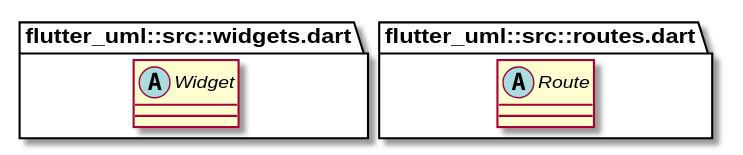
The PlantUML diagram flutter_uml.svg in Sunbreak/flutter_uml.trial, before a commit. Source of this version:
```plantuml
@startuml
set namespaceSeparator ::

abstract class "flutter_uml::src::widgets.dart::Widget" {
}

abstract class "flutter_uml::src::routes.dart::Route" {
}


@enduml
```
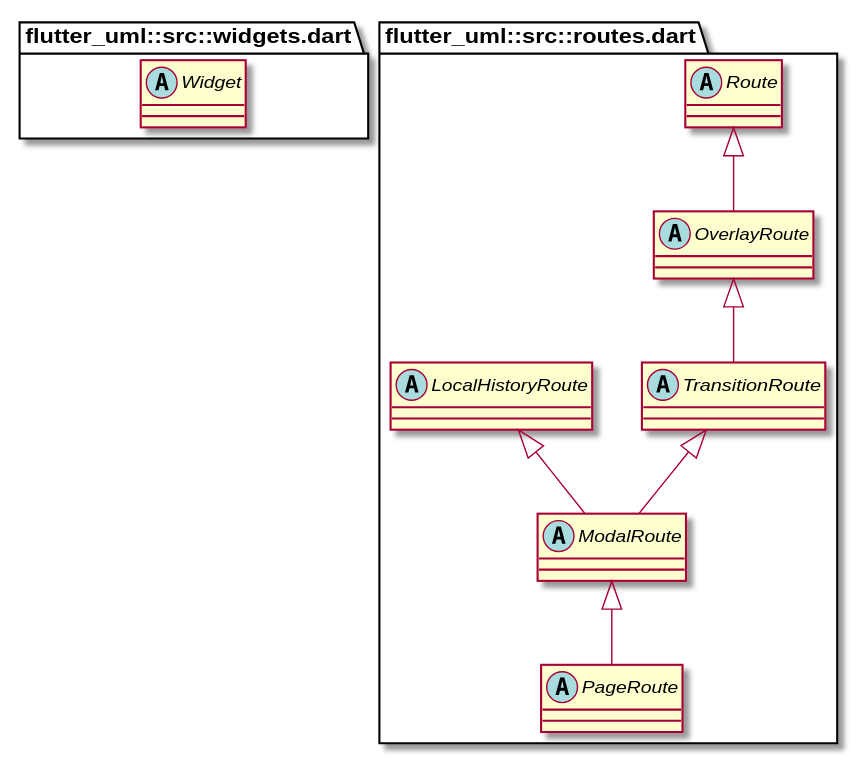
After the change.

Diff of the diagram source:
```diff
@@ -7,5 +7,29 @@
 abstract class "flutter_uml::src::routes.dart::Route" {
 }
 
+abstract class "flutter_uml::src::routes.dart::OverlayRoute" {
+}
+
+"flutter_uml::src::routes.dart::Route" <|-- "flutter_uml::src::routes.dart::OverlayRoute"
+
+abstract class "flutter_uml::src::routes.dart::TransitionRoute" {
+}
+
+"flutter_uml::src::routes.dart::OverlayRoute" <|-- "flutter_uml::src::routes.dart::TransitionRoute"
+
+abstract class "flutter_uml::src::routes.dart::ModalRoute" {
+}
+
+"flutter_uml::src::routes.dart::TransitionRoute" <|-- "flutter_uml::src::routes.dart::ModalRoute"
+"flutter_uml::src::routes.dart::LocalHistoryRoute" <|-- "flutter_uml::src::routes.dart::ModalRoute"
+
+abstract class "flutter_uml::src::routes.dart::PageRoute" {
+}
+
+"flutter_uml::src::routes.dart::ModalRoute" <|-- "flutter_uml::src::routes.dart::PageRoute"
+
+abstract class "flutter_uml::src::routes.dart::LocalHistoryRoute" {
+}
+
 
 @enduml
```
